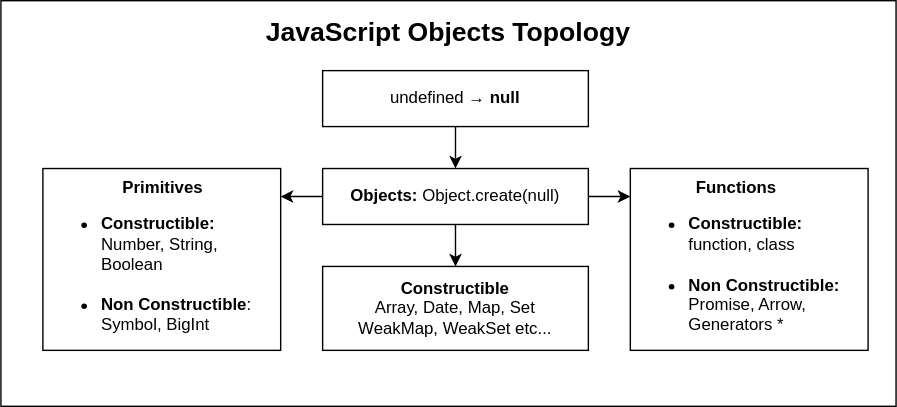
Before: public/content/JS_Object_Topology.svg, a diagram exported from draw.io (wentout/HolyJS_Piter_2021). Source tidied: cells renumbered, new cells last; positions are measured from the earlier drawing's top-left corner, leaving out a move shared by most shapes. Its diagram source:
```xml
<mxGraphModel>
  <root>
    <mxCell id="0" />
    <mxCell id="1" parent="0" />
    <mxCell id="2" value="&lt;b&gt;&lt;font style=&quot;font-size: 19px&quot;&gt;JavaScript Objects Topology&lt;/font&gt;&lt;/b&gt;" style="rounded=0;whiteSpace=wrap;html=1;align=center;verticalAlign=top;spacingTop=5;" parent="1" vertex="1">
      <mxGeometry width="640" height="290" as="geometry" />
    </mxCell>
    <mxCell id="3" value="&lt;span style=&quot;font-weight: 400&quot;&gt;undefined →&amp;nbsp;&lt;/span&gt;null" style="rounded=0;whiteSpace=wrap;html=1;fontStyle=1;" parent="1" vertex="1">
      <mxGeometry x="230" y="50" width="190" height="40" as="geometry" />
    </mxCell>
    <mxCell id="4" style="edgeStyle=orthogonalEdgeStyle;rounded=0;jettySize=auto;html=1;" parent="1" edge="1" source="5" target="9">
      <mxGeometry relative="1" as="geometry" />
    </mxCell>
    <mxCell id="5" value="Objects: &lt;span style=&quot;font-weight: normal&quot;&gt;Object.create(null)&lt;/span&gt;" style="rounded=0;whiteSpace=wrap;html=1;fontStyle=1;" parent="1" vertex="1">
      <mxGeometry x="230" y="120" width="190" height="40" as="geometry" />
    </mxCell>
    <mxCell id="6" style="endArrow=classic;html=1;entryX=0.5;entryY=0;entryDx=0;entryDy=0;exitX=0.5;exitY=1;exitDx=0;exitDy=0;" parent="1" edge="1" source="3" target="5">
      <mxGeometry relative="1" as="geometry" />
    </mxCell>
    <mxCell id="7" value="&lt;div style=&quot;text-align: center&quot;&gt;&lt;/div&gt;&lt;div style=&quot;text-align: center&quot;&gt;&lt;/div&gt;&lt;div style=&quot;text-align: center&quot;&gt;&lt;b&gt;Primitives&lt;/b&gt;&lt;/div&gt;&lt;ul&gt;&lt;li&gt;&lt;b&gt;Constructible:&lt;br&gt;&lt;/b&gt;Number, String, Boolean&lt;br&gt;&lt;br&gt;&lt;/li&gt;&lt;li&gt;&lt;b&gt;Non Constructible&lt;/b&gt;:&amp;nbsp;&lt;br&gt;Symbol, BigInt&lt;br&gt;&lt;br&gt;&lt;/li&gt;&lt;/ul&gt;" style="whiteSpace=wrap;html=1;rounded=0;align=left;verticalAlign=top;" parent="1" vertex="1">
      <mxGeometry x="30" y="120" width="170" height="130" as="geometry" />
    </mxCell>
    <mxCell id="8" value="&lt;div style=&quot;text-align: center&quot;&gt;&lt;span&gt;&lt;b&gt;Functions&lt;/b&gt;&lt;/span&gt;&lt;/div&gt;&lt;div&gt;&lt;ul&gt;&lt;li&gt;&lt;b&gt;Constructible:&lt;/b&gt;&lt;br&gt;function, class&lt;br&gt;&lt;br&gt;&lt;/li&gt;&lt;li&gt;&lt;b&gt;Non Constructible:&lt;/b&gt;&lt;br&gt;Promise, Arrow,&lt;br style=&quot;text-align: center&quot;&gt;&lt;span style=&quot;text-align: center&quot;&gt;Generators *&lt;/span&gt;&lt;br&gt;&lt;/li&gt;&lt;/ul&gt;&lt;/div&gt;" style="rounded=0;whiteSpace=wrap;html=1;align=left;verticalAlign=top;" parent="1" vertex="1">
      <mxGeometry x="450" y="120" width="170" height="130" as="geometry" />
    </mxCell>
    <mxCell id="9" value="&lt;b&gt;Constructible&lt;/b&gt;&lt;br&gt;Array, Date, Map, Set&lt;br&gt;WeakMap, WeakSet etc..." style="rounded=0;whiteSpace=wrap;html=1;" parent="1" vertex="1">
      <mxGeometry x="230" y="190" width="190" height="60" as="geometry" />
    </mxCell>
    <mxCell id="10" style="endArrow=classic;html=1;exitX=0;exitY=0.5;exitDx=0;exitDy=0;entryX=1;entryY=0.154;entryDx=0;entryDy=0;entryPerimeter=0;" parent="1" edge="1" source="5" target="7">
      <mxGeometry relative="1" as="geometry" />
    </mxCell>
    <mxCell id="11" style="endArrow=classic;html=1;exitX=1;exitY=0.5;exitDx=0;exitDy=0;entryX=0;entryY=0.154;entryDx=0;entryDy=0;entryPerimeter=0;" parent="1" edge="1" source="5" target="8">
      <mxGeometry relative="1" as="geometry" />
    </mxCell>
  </root>
</mxGraphModel>
```
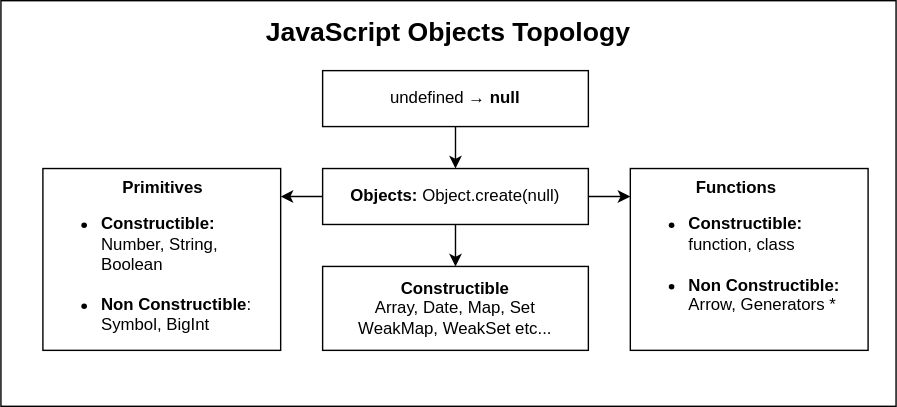
After the change.

Diff of the diagram source:
```diff
@@ -20,7 +20,7 @@
     <mxCell id="7" value="&lt;div style=&quot;text-align: center&quot;&gt;&lt;/div&gt;&lt;div style=&quot;text-align: center&quot;&gt;&lt;/div&gt;&lt;div style=&quot;text-align: center&quot;&gt;&lt;b&gt;Primitives&lt;/b&gt;&lt;/div&gt;&lt;ul&gt;&lt;li&gt;&lt;b&gt;Constructible:&lt;br&gt;&lt;/b&gt;Number, String, Boolean&lt;br&gt;&lt;br&gt;&lt;/li&gt;&lt;li&gt;&lt;b&gt;Non Constructible&lt;/b&gt;:&amp;nbsp;&lt;br&gt;Symbol, BigInt&lt;br&gt;&lt;br&gt;&lt;/li&gt;&lt;/ul&gt;" style="whiteSpace=wrap;html=1;rounded=0;align=left;verticalAlign=top;" parent="1" vertex="1">
       <mxGeometry x="30" y="120" width="170" height="130" as="geometry" />
     </mxCell>
-    <mxCell id="8" value="&lt;div style=&quot;text-align: center&quot;&gt;&lt;span&gt;&lt;b&gt;Functions&lt;/b&gt;&lt;/span&gt;&lt;/div&gt;&lt;div&gt;&lt;ul&gt;&lt;li&gt;&lt;b&gt;Constructible:&lt;/b&gt;&lt;br&gt;function, class&lt;br&gt;&lt;br&gt;&lt;/li&gt;&lt;li&gt;&lt;b&gt;Non Constructible:&lt;/b&gt;&lt;br&gt;Promise, Arrow,&lt;br style=&quot;text-align: center&quot;&gt;&lt;span style=&quot;text-align: center&quot;&gt;Generators *&lt;/span&gt;&lt;br&gt;&lt;/li&gt;&lt;/ul&gt;&lt;/div&gt;" style="rounded=0;whiteSpace=wrap;html=1;align=left;verticalAlign=top;" parent="1" vertex="1">
+    <mxCell id="8" value="&lt;div style=&quot;text-align: center&quot;&gt;&lt;span&gt;&lt;b&gt;Functions&lt;/b&gt;&lt;/span&gt;&lt;/div&gt;&lt;div&gt;&lt;ul&gt;&lt;li&gt;&lt;b&gt;Constructible:&lt;/b&gt;&lt;br&gt;function, class&lt;br&gt;&lt;br&gt;&lt;/li&gt;&lt;li&gt;&lt;b&gt;Non Constructible:&lt;/b&gt;&lt;br&gt;Arrow,&amp;nbsp;&lt;span style=&quot;text-align: center&quot;&gt;Generators *&lt;/span&gt;&lt;br&gt;&lt;/li&gt;&lt;/ul&gt;&lt;/div&gt;" style="rounded=0;whiteSpace=wrap;html=1;align=left;verticalAlign=top;" parent="1" vertex="1">
       <mxGeometry x="450" y="120" width="170" height="130" as="geometry" />
     </mxCell>
     <mxCell id="9" value="&lt;b&gt;Constructible&lt;/b&gt;&lt;br&gt;Array, Date, Map, Set&lt;br&gt;WeakMap, WeakSet etc..." style="rounded=0;whiteSpace=wrap;html=1;" parent="1" vertex="1">
```
